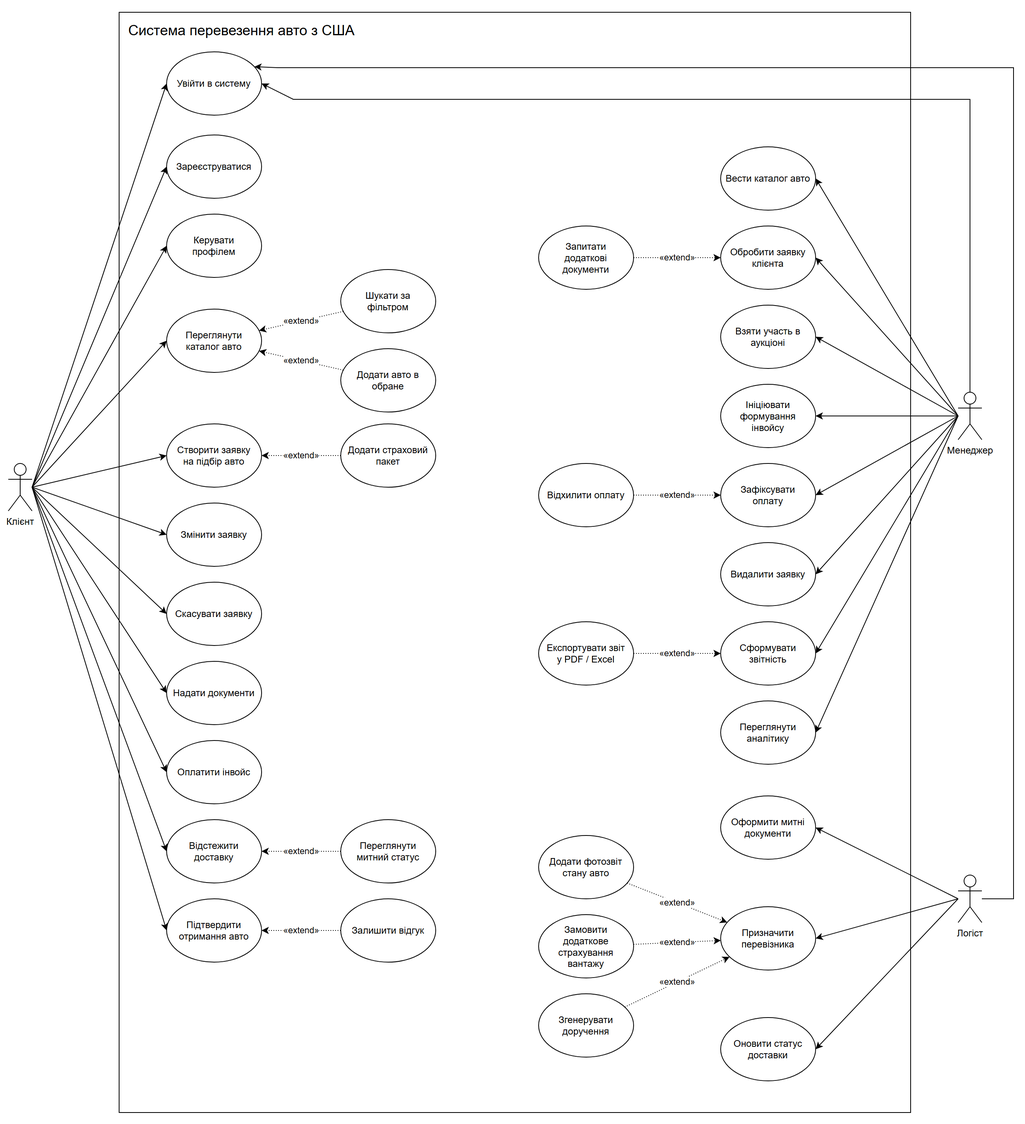
Earlier version of the draw.io export docs/diagrams/OOPfirst.drawio.png (timstt/car-shipping-system). Source tidied: cells renumbered, new cells last; positions are measured from the earlier drawing's top-left corner, leaving out a move shared by most shapes.
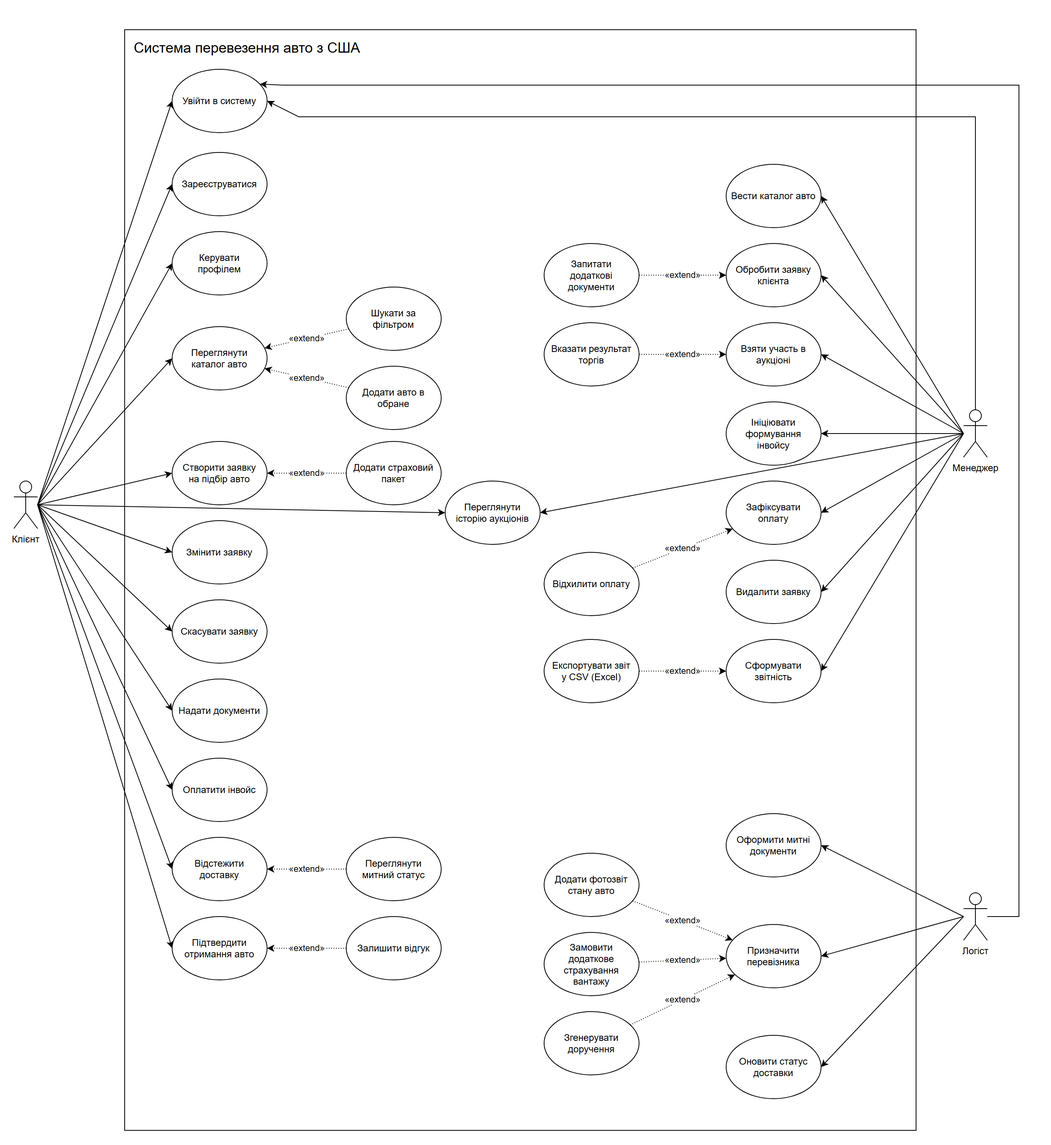
Later version of the same file.

The edit, as a diff of the source:
```diff
@@ -132,7 +132,7 @@
       <mxGeometry x="900" y="570" width="120" height="80" as="geometry" />
     </mxCell>
     <mxCell id="45" value="Відхилити оплату" style="ellipse;whiteSpace=wrap;html=1;shapeInside=1;" parent="1" vertex="1">
-      <mxGeometry x="670" y="570" width="120" height="80" as="geometry" />
+      <mxGeometry x="670" y="660" width="120" height="80" as="geometry" />
     </mxCell>
     <mxCell id="46" value="Видалити заявку" style="ellipse;whiteSpace=wrap;html=1;shapeInside=1;" parent="1" vertex="1">
       <mxGeometry x="900" y="670" width="120" height="80" as="geometry" />
@@ -140,12 +140,9 @@
     <mxCell id="47" value="Сформувати звітність" style="ellipse;whiteSpace=wrap;html=1;shapeInside=1;" parent="1" vertex="1">
       <mxGeometry x="900" y="770" width="120" height="80" as="geometry" />
     </mxCell>
-    <mxCell id="48" value="Експортувати звіт у PDF / Excel" style="ellipse;whiteSpace=wrap;html=1;shapeInside=1;" parent="1" vertex="1">
+    <mxCell id="48" value="Експортувати звіт у CSV (Excel)" style="ellipse;whiteSpace=wrap;html=1;shapeInside=1;" parent="1" vertex="1">
       <mxGeometry x="670" y="770" width="120" height="80" as="geometry" />
     </mxCell>
-    <mxCell id="49" value="Переглянути аналітику" style="ellipse;whiteSpace=wrap;html=1;shapeInside=1;" parent="1" vertex="1">
-      <mxGeometry x="900" y="870" width="120" height="80" as="geometry" />
-    </mxCell>
     <mxCell id="50" style="endArrow=classic;html=1;rounded=0;exitX=0;exitY=0.5;exitDx=0;exitDy=0;entryX=1;entryY=0.5;entryDx=0;entryDy=0;" parent="1" edge="1" source="5" target="39">
       <mxGeometry relative="1" as="geometry" />
     </mxCell>
@@ -167,9 +164,6 @@
     <mxCell id="56" style="endArrow=classic;html=1;rounded=0;exitX=0;exitY=0.5;exitDx=0;exitDy=0;entryX=1;entryY=0.5;entryDx=0;entryDy=0;" parent="1" edge="1" source="5" target="47">
       <mxGeometry relative="1" as="geometry" />
     </mxCell>
-    <mxCell id="57" style="endArrow=classic;html=1;rounded=0;exitX=0;exitY=0.5;exitDx=0;exitDy=0;entryX=1;entryY=0.5;entryDx=0;entryDy=0;" parent="1" edge="1" source="5" target="49">
-      <mxGeometry relative="1" as="geometry" />
-    </mxCell>
     <mxCell id="58" value="«extend»" style="endArrow=classic;html=1;rounded=0;curved=0;dashed=1;dashPattern=1 2;fontSize=11;labelBackgroundColor=#FFFFFF;" parent="1" edge="1" source="41" target="40">
       <mxGeometry relative="1" as="geometry" />
     </mxCell>
@@ -232,5 +226,20 @@
         </Array>
       </mxGeometry>
     </mxCell>
+    <mxCell id="75" value="Переглянути історію аукціонів" style="ellipse;whiteSpace=wrap;html=1;shapeInside=1;" parent="1" vertex="1">
+      <mxGeometry x="545" y="570" width="120" height="80" as="geometry" />
+    </mxCell>
+    <mxCell id="76" style="endArrow=classic;html=1;rounded=0;exitX=1;exitY=0.5;exitDx=0;exitDy=0;entryX=0;entryY=0.5;entryDx=0;entryDy=0;" parent="1" edge="1" source="4" target="75">
+      <mxGeometry relative="1" as="geometry" />
+    </mxCell>
+    <mxCell id="77" style="endArrow=classic;html=1;rounded=0;exitX=0;exitY=0.5;exitDx=0;exitDy=0;entryX=1;entryY=0.5;entryDx=0;entryDy=0;" parent="1" edge="1" source="5" target="75">
+      <mxGeometry relative="1" as="geometry" />
+    </mxCell>
+    <mxCell id="78" value="Вказати результат торгів" style="ellipse;whiteSpace=wrap;html=1;shapeInside=1;" parent="1" vertex="1">
+      <mxGeometry x="670" y="370" width="120" height="80" as="geometry" />
+    </mxCell>
+    <mxCell id="79" value="«extend»" style="endArrow=classic;html=1;rounded=0;curved=0;dashed=1;dashPattern=1 2;fontSize=11;labelBackgroundColor=#FFFFFF;" parent="1" edge="1" source="78" target="42">
+      <mxGeometry relative="1" as="geometry" />
+    </mxCell>
   </root>
 </mxGraphModel>
```
